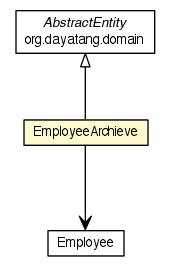
The Graphviz diagram apidocs/org/dddlib/organisation/domain/EmployeeArchieve.png in dayatang/dddlib, before a commit. Its source is kept beside it as apidocs/org/dddlib/organisation/domain/EmployeeArchieve.dot. Source of this version:
```dot

digraph G {
	edge [fontname="Helvetica",fontsize=10,labelfontname="Helvetica",labelfontsize=10];
	node [fontname="Helvetica",fontsize=10,shape=plaintext];
	nodesep=0.25;
	ranksep=0.5;
	c45310 [label=<<table title="org.dayatang.domain.AbstractEntity" border="0" cellborder="1" cellspacing="0" cellpadding="2" port="p" href="../../../dayatang/domain/AbstractEntity.html">
		<tr><td><table border="0" cellspacing="0" cellpadding="1">
<tr><td align="center" balign="center"><font face="Helvetica-Oblique"> AbstractEntity </font></td></tr>
<tr><td align="center" balign="center"> org.dayatang.domain </td></tr>
		</table></td></tr>
		</table>>, URL="../../../dayatang/domain/AbstractEntity.html", fontname="Helvetica", fontcolor="black", fontsize=10.0];
	c45531 [label=<<table title="org.dddlib.organisation.domain.EmployeeArchieve" border="0" cellborder="1" cellspacing="0" cellpadding="2" port="p" bgcolor="lemonChiffon" href="./EmployeeArchieve.html">
		<tr><td><table border="0" cellspacing="0" cellpadding="1">
<tr><td align="center" balign="center"> EmployeeArchieve </td></tr>
		</table></td></tr>
		</table>>, URL="./EmployeeArchieve.html", fontname="Helvetica", fontcolor="black", fontsize=10.0];
	c45532 [label=<<table title="org.dddlib.organisation.domain.Employee" border="0" cellborder="1" cellspacing="0" cellpadding="2" port="p" href="./Employee.html">
		<tr><td><table border="0" cellspacing="0" cellpadding="1">
<tr><td align="center" balign="center"> Employee </td></tr>
		</table></td></tr>
		</table>>, URL="./Employee.html", fontname="Helvetica", fontcolor="black", fontsize=10.0];
	c45310:p -> c45531:p [dir=back,arrowtail=empty];
	c45531:p -> c45532:p [taillabel="", label=" "headlabel="", fontname="Helvetica", fontcolor="black", fontsize=10.0, color="black", arrowhead=open];
}
```
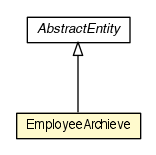
After the commit.

What changed in the source:
```diff
@@ -4,22 +4,15 @@
 	node [fontname="Helvetica",fontsize=10,shape=plaintext];
 	nodesep=0.25;
 	ranksep=0.5;
-	c45310 [label=<<table title="org.dayatang.domain.AbstractEntity" border="0" cellborder="1" cellspacing="0" cellpadding="2" port="p" href="../../../dayatang/domain/AbstractEntity.html">
+	c45110 [label=<<table title="org.dayatang.domain.AbstractEntity" border="0" cellborder="1" cellspacing="0" cellpadding="2" port="p" href="../../../dayatang/domain/AbstractEntity.html">
 		<tr><td><table border="0" cellspacing="0" cellpadding="1">
 <tr><td align="center" balign="center"><font face="Helvetica-Oblique"> AbstractEntity </font></td></tr>
-<tr><td align="center" balign="center"> org.dayatang.domain </td></tr>
 		</table></td></tr>
 		</table>>, URL="../../../dayatang/domain/AbstractEntity.html", fontname="Helvetica", fontcolor="black", fontsize=10.0];
-	c45531 [label=<<table title="org.dddlib.organisation.domain.EmployeeArchieve" border="0" cellborder="1" cellspacing="0" cellpadding="2" port="p" bgcolor="lemonChiffon" href="./EmployeeArchieve.html">
+	c45331 [label=<<table title="org.dddlib.organisation.domain.EmployeeArchieve" border="0" cellborder="1" cellspacing="0" cellpadding="2" port="p" bgcolor="lemonChiffon" href="./EmployeeArchieve.html">
 		<tr><td><table border="0" cellspacing="0" cellpadding="1">
 <tr><td align="center" balign="center"> EmployeeArchieve </td></tr>
 		</table></td></tr>
 		</table>>, URL="./EmployeeArchieve.html", fontname="Helvetica", fontcolor="black", fontsize=10.0];
-	c45532 [label=<<table title="org.dddlib.organisation.domain.Employee" border="0" cellborder="1" cellspacing="0" cellpadding="2" port="p" href="./Employee.html">
-		<tr><td><table border="0" cellspacing="0" cellpadding="1">
-<tr><td align="center" balign="center"> Employee </td></tr>
-		</table></td></tr>
-		</table>>, URL="./Employee.html", fontname="Helvetica", fontcolor="black", fontsize=10.0];
-	c45310:p -> c45531:p [dir=back,arrowtail=empty];
-	c45531:p -> c45532:p [taillabel="", label=" "headlabel="", fontname="Helvetica", fontcolor="black", fontsize=10.0, color="black", arrowhead=open];
+	c45110:p -> c45331:p [dir=back,arrowtail=empty];
 }
```
